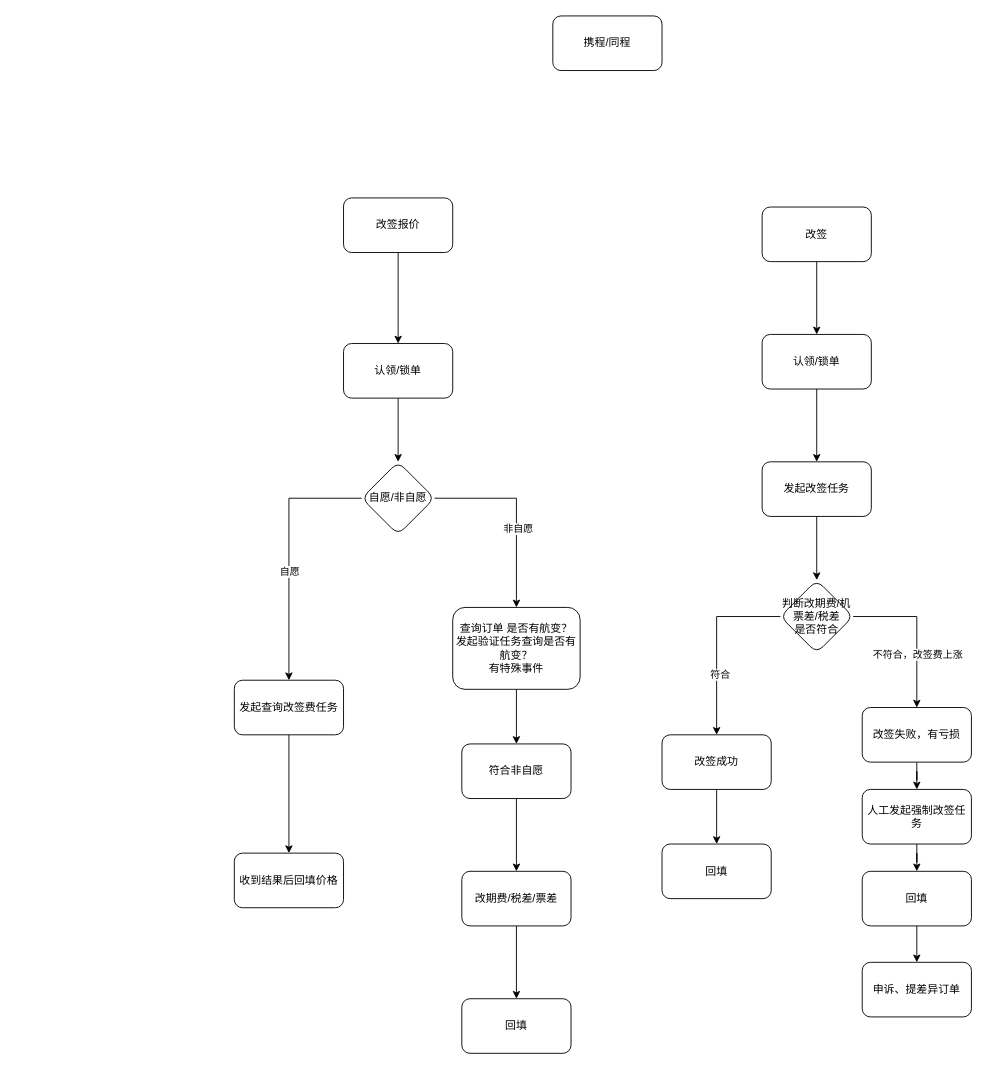
Above: 改签流程.drawio in kelvin9527/diagram (draw.io), before the change. Source tidied: cells renumbered, new cells numbered last; positions are measured from the earlier drawing's top-left corner, leaving out a move shared by most shapes. Both pictures are drawn from the tidied source at 91%, with x=0, y=0 at pixel (234, 15).
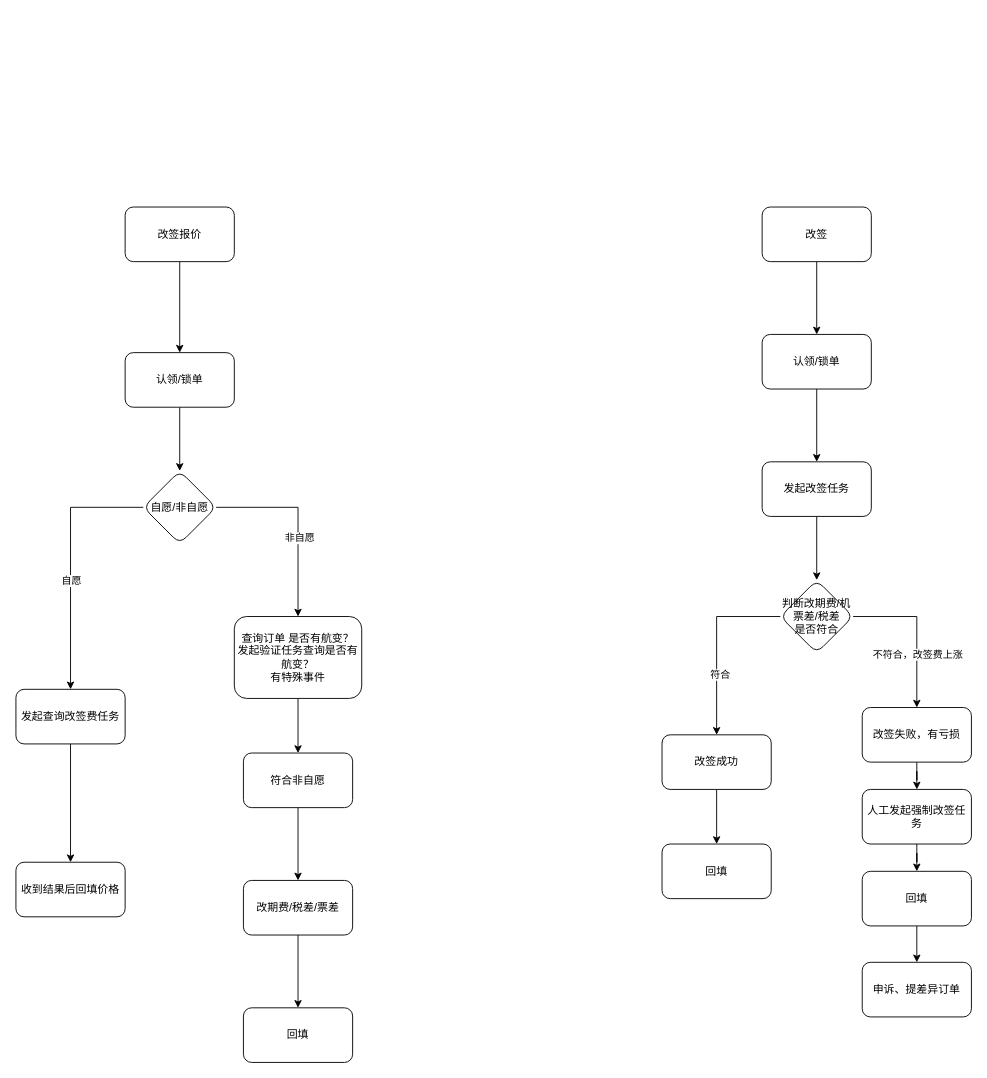
Above is the later version.

Commit message (it also covers changes not shown here):
更新改签流程.drawio

Change to the diagram source:
```diff
@@
-    <mxCell id="2" value="携程/同程" style="rounded=1;whiteSpace=wrap;html=1;" parent="1" vertex="1">
-      <mxGeometry x="350" width="120" height="60" as="geometry" />
-    </mxCell>
@@
     <mxCell id="6" value="改签报价" style="rounded=1;whiteSpace=wrap;html=1;" parent="1" vertex="1">
-      <mxGeometry x="120" y="200" width="120" height="60" as="geometry" />
+      <mxGeometry x="-120" y="210" width="120" height="60" as="geometry" />
     </mxCell>
@@
     <mxCell id="10" value="认领/锁单" style="rounded=1;whiteSpace=wrap;html=1;" parent="1" vertex="1">
-      <mxGeometry x="120" y="360" width="120" height="60" as="geometry" />
+      <mxGeometry x="-120" y="370" width="120" height="60" as="geometry" />
     </mxCell>
@@
     <mxCell id="29" value="发起查询改签费任务" style="rounded=1;whiteSpace=wrap;html=1;" parent="1" vertex="1">
-      <mxGeometry y="730" width="120" height="60" as="geometry" />
+      <mxGeometry x="-240" y="740" width="120" height="60" as="geometry" />
     </mxCell>
     <mxCell id="30" value="收到结果后回填价格" style="rounded=1;whiteSpace=wrap;html=1;" parent="1" vertex="1">
-      <mxGeometry y="920" width="120" height="60" as="geometry" />
+      <mxGeometry x="-240" y="930" width="120" height="60" as="geometry" />
     </mxCell>
@@
     <mxCell id="35" value="自愿/非自愿" style="rhombus;whiteSpace=wrap;html=1;rounded=1;" parent="1" vertex="1">
-      <mxGeometry x="140" y="490" width="80" height="80" as="geometry" />
+      <mxGeometry x="-100" y="500" width="80" height="80" as="geometry" />
     </mxCell>
@@
     <mxCell id="37" value="查询订单 是否有航变？&lt;div&gt;发起验证任务查询是否有航变？&lt;/div&gt;&lt;div&gt;有特殊事件&lt;/div&gt;" style="whiteSpace=wrap;html=1;rounded=1;" parent="1" vertex="1">
-      <mxGeometry x="240" y="650" width="140" height="90" as="geometry" />
+      <mxGeometry y="660" width="140" height="90" as="geometry" />
     </mxCell>
@@
     <mxCell id="39" value="符合非自愿" style="whiteSpace=wrap;html=1;rounded=1;" parent="1" vertex="1">
-      <mxGeometry x="250" y="800" width="120" height="60" as="geometry" />
+      <mxGeometry x="10" y="810" width="120" height="60" as="geometry" />
     </mxCell>
@@
     <mxCell id="41" value="改期费/税差/票差" style="whiteSpace=wrap;html=1;rounded=1;" parent="1" vertex="1">
-      <mxGeometry x="250" y="940" width="120" height="60" as="geometry" />
+      <mxGeometry x="10" y="950" width="120" height="60" as="geometry" />
     </mxCell>
     <mxCell id="42" value="回填" style="whiteSpace=wrap;html=1;rounded=1;" parent="1" vertex="1">
-      <mxGeometry x="250" y="1080" width="120" height="60" as="geometry" />
+      <mxGeometry x="10" y="1090" width="120" height="60" as="geometry" />
     </mxCell>
```
